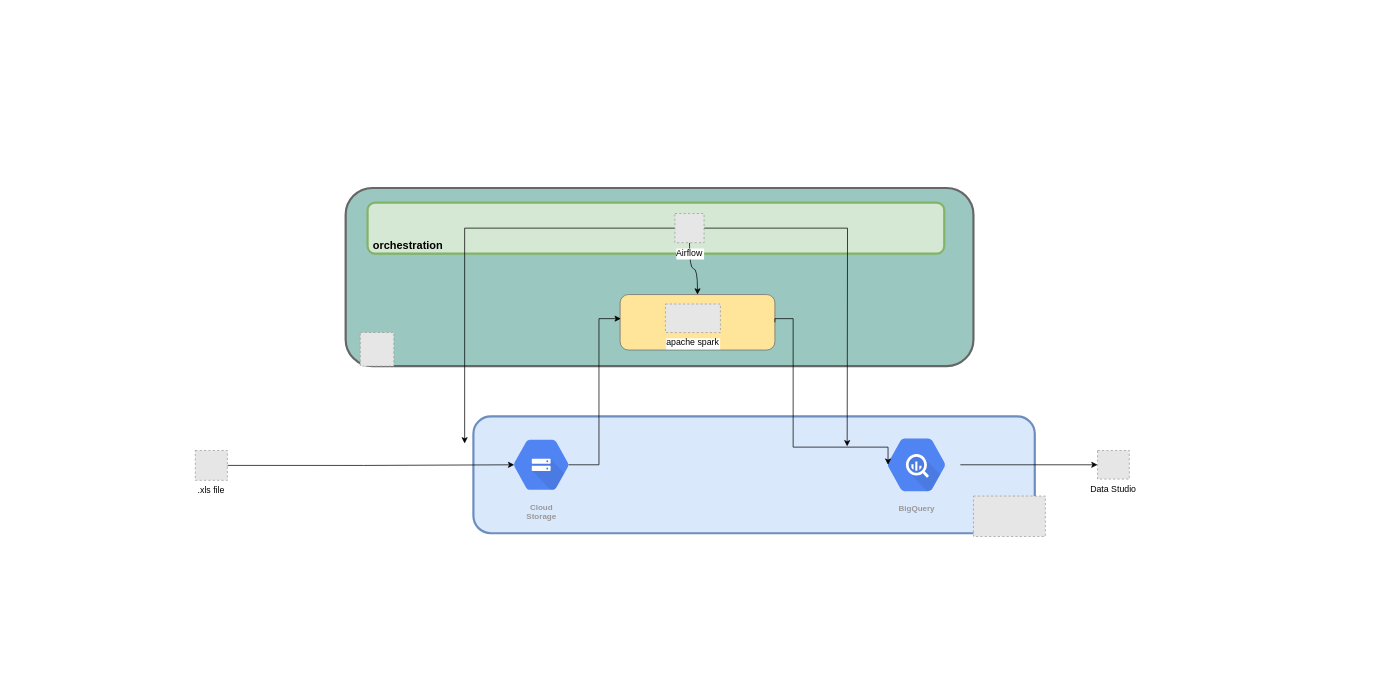
The draw.io diagram Untitled Diagram.drawio in skibooj/WSE-ETL, before the edit. Source tidied: cells renumbered, new cells numbered last; positions are measured from the earlier drawing's top-left corner, leaving out a move shared by most shapes. Both pictures are drawn from the tidied source at 73%, with x=0, y=0 at pixel (195, 188). Pictures stored in the file or linked from it are replaced by grey dashed boxes.
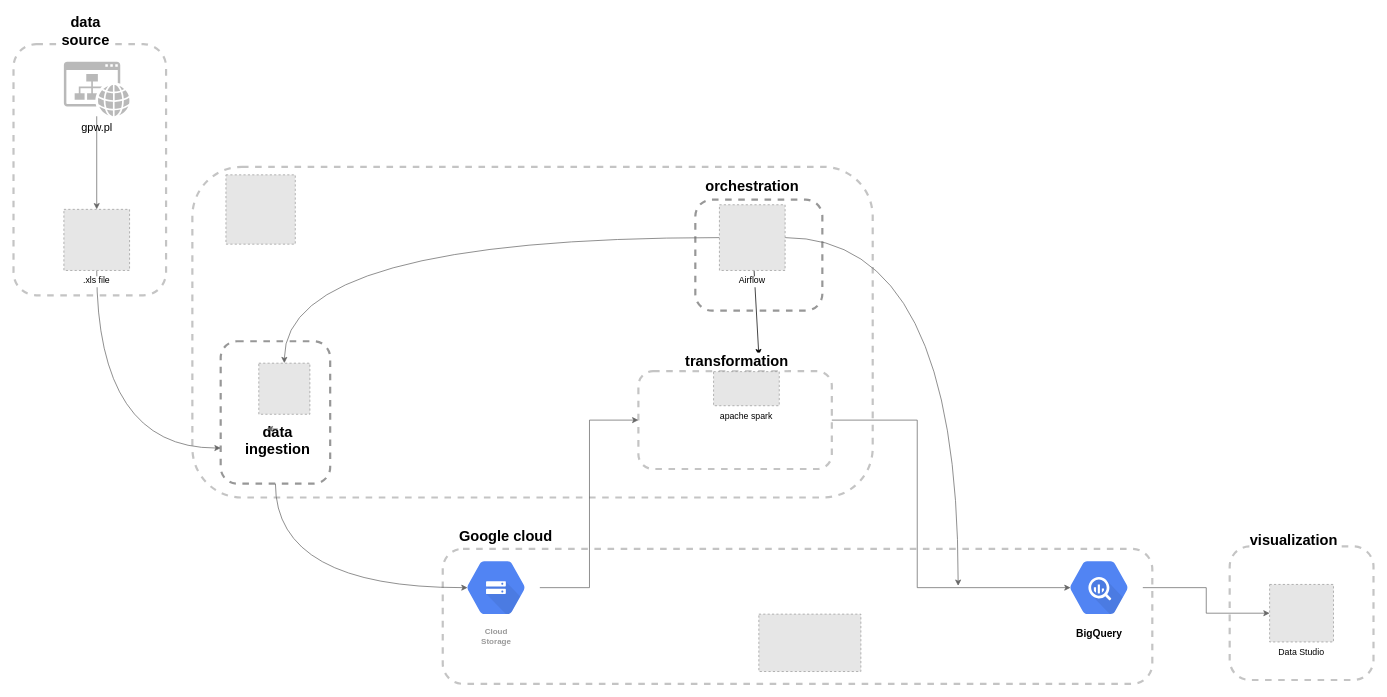
After the change.

What changed in the source:
```diff
@@
-    <mxCell id="2" style="rounded=1;whiteSpace=wrap;html=1;labelBackgroundColor=none;labelBorderColor=none;fontFamily=Helvetica;fontColor=none;strokeColor=#666666;fillColor=#9AC7BF;strokeWidth=3;" parent="1" vertex="1">
-      <mxGeometry x="206" width="860" height="244" as="geometry" />
-    </mxCell>
-    <mxCell id="3" style="rounded=1;whiteSpace=wrap;html=1;labelBackgroundColor=none;labelBorderColor=none;fontFamily=Helvetica;fontSize=15;fontColor=none;strokeColor=#6B6B6B;fillColor=#FFE599;glass=0;shadow=0;sketch=0;" parent="1" vertex="1">
-      <mxGeometry x="582" y="146" width="212" height="76" as="geometry" />
-    </mxCell>
-    <mxCell id="4" style="rounded=1;whiteSpace=wrap;html=1;labelBackgroundColor=none;labelBorderColor=none;fontFamily=Helvetica;strokeColor=#6c8ebf;fillColor=#dae8fc;strokeWidth=3;" parent="1" vertex="1">
-      <mxGeometry x="381" y="313" width="769" height="160" as="geometry" />
-    </mxCell>
-    <mxCell id="5" style="rounded=1;whiteSpace=wrap;html=1;labelBackgroundColor=none;labelBorderColor=none;fontFamily=Helvetica;strokeColor=#82b366;fillColor=#d5e8d4;strokeWidth=3;" parent="1" vertex="1">
-      <mxGeometry x="236" y="20" width="790" height="70" as="geometry" />
-    </mxCell>
-    <mxCell id="6" style="edgeStyle=orthogonalEdgeStyle;rounded=0;jettySize=auto;html=1;exitX=1;exitY=0.5;exitDx=0;exitDy=0;entryX=0.175;entryY=0.5;entryDx=0;entryDy=0;entryPerimeter=0;fontFamily=Helvetica;fontSize=15;fontColor=none;" parent="1" edge="1" source="7" target="11">
-      <mxGeometry relative="1" as="geometry" />
-    </mxCell>
+    <mxCell id="22" style="rounded=1;whiteSpace=wrap;html=1;shadow=0;glass=0;dashed=1;labelBackgroundColor=default;labelBorderColor=none;sketch=0;fontFamily=Helvetica;fontSize=20;fontColor=none;strokeColor=#6B6B6B;strokeWidth=3;fillColor=none;opacity=40;" parent="1" vertex="1">
+      <mxGeometry x="1417" y="491" width="197" height="183" as="geometry" />
+    </mxCell>
+    <mxCell id="23" style="rounded=1;whiteSpace=wrap;html=1;shadow=0;glass=0;labelBackgroundColor=none;labelBorderColor=none;sketch=0;fontFamily=Helvetica;fontSize=15;fontColor=none;strokeColor=#6B6B6B;strokeWidth=3;fillColor=none;opacity=40;dashed=1;" parent="1" vertex="1">
+      <mxGeometry x="-4" y="-29" width="932" height="453" as="geometry" />
+    </mxCell>
+    <mxCell id="24" style="edgeStyle=orthogonalEdgeStyle;rounded=0;sketch=0;jettySize=auto;html=1;entryX=0.175;entryY=0.5;entryDx=0;entryDy=0;entryPerimeter=0;shadow=0;fontFamily=Helvetica;fontSize=20;fontColor=none;strokeColor=#666666;strokeWidth=1;curved=1;" parent="1" edge="1" source="25" target="11">
+      <mxGeometry relative="1" as="geometry">
+        <Array as="points">
+          <mxPoint x="110" y="548" />
+        </Array>
+      </mxGeometry>
+    </mxCell>
+    <mxCell id="25" style="rounded=1;whiteSpace=wrap;html=1;shadow=0;glass=0;dashed=1;labelBackgroundColor=default;labelBorderColor=none;sketch=0;fontFamily=Helvetica;fontSize=20;fontColor=none;strokeColor=#6B6B6B;strokeWidth=3;fillColor=none;opacity=70;" parent="1" vertex="1">
+      <mxGeometry x="34.8" y="210" width="150" height="195" as="geometry" />
+    </mxCell>
+    <mxCell id="26" style="rounded=1;whiteSpace=wrap;html=1;shadow=0;glass=0;labelBackgroundColor=none;labelBorderColor=none;sketch=0;fontFamily=Helvetica;fontSize=15;fontColor=none;strokeColor=#6B6B6B;strokeWidth=3;fillColor=none;opacity=40;dashed=1;" parent="1" vertex="1">
+      <mxGeometry x="607" y="251" width="265" height="134" as="geometry" />
+    </mxCell>
+    <mxCell id="27" style="rounded=1;whiteSpace=wrap;html=1;shadow=0;glass=0;dashed=1;labelBackgroundColor=none;labelBorderColor=none;sketch=0;fontFamily=Helvetica;fontSize=15;fontColor=none;strokeColor=#6B6B6B;strokeWidth=3;fillColor=none;opacity=40;" parent="1" vertex="1">
+      <mxGeometry x="-249" y="-197" width="209" height="344" as="geometry" />
+    </mxCell>
+    <mxCell id="28" style="rounded=1;whiteSpace=wrap;html=1;shadow=0;glass=0;labelBackgroundColor=none;labelBorderColor=none;sketch=0;fontFamily=Helvetica;fontSize=15;fontColor=none;strokeColor=#6B6B6B;strokeWidth=3;fillColor=none;opacity=40;dashed=1;" parent="1" vertex="1">
+      <mxGeometry x="339" y="494.3" width="972" height="185" as="geometry" />
+    </mxCell>
+    <mxCell id="29" style="edgeStyle=orthogonalEdgeStyle;rounded=0;sketch=0;jettySize=auto;html=1;entryX=0;entryY=0.75;entryDx=0;entryDy=0;shadow=0;fontFamily=Helvetica;fontSize=20;fontColor=none;strokeColor=#666666;strokeWidth=1;curved=1;" parent="1" edge="1" source="7" target="25">
+      <mxGeometry relative="1" as="geometry">
+        <Array as="points">
+          <mxPoint x="-135" y="356" />
+        </Array>
+      </mxGeometry>
+    </mxCell>
     <mxCell id="7" value=".xls file " style="fillColor=#E6E6E6;strokeColor=#999999;dashed=1;verticalLabelPosition=bottom;labelBackgroundColor=default;verticalAlign=top;" parent="1" vertex="1">
-      <mxGeometry y="359.6" width="44" height="40.9" as="geometry" />
+      <mxGeometry x="-180" y="29.3" width="90" height="83.7" as="geometry" />
     </mxCell>
-    <mxCell id="8" style="edgeStyle=orthogonalEdgeStyle;rounded=0;jettySize=auto;html=1;" parent="1" edge="1" source="9" target="12">
+    <mxCell id="8" style="edgeStyle=orthogonalEdgeStyle;rounded=0;jettySize=auto;html=1;strokeColor=#666666;" parent="1" edge="1" source="9" target="12">
       <mxGeometry relative="1" as="geometry" />
     </mxCell>
-    <mxCell id="9" value="BigQuery" style="sketch=0;html=1;fillColor=#5184F3;strokeColor=none;verticalAlign=top;labelPosition=center;verticalLabelPosition=bottom;align=center;spacingTop=-6;fontSize=11;fontStyle=1;fontColor=#999999;shape=mxgraph.gcp2.hexIcon;prIcon=bigquery;" parent="1" vertex="1">
-      <mxGeometry x="928" y="326" width="120" height="106.4" as="geometry" />
+    <mxCell id="9" value="BigQuery" style="sketch=0;html=1;fillColor=#5184F3;strokeColor=none;verticalAlign=top;labelPosition=center;verticalLabelPosition=bottom;align=center;spacingTop=-6;fontSize=14;fontStyle=1;fontColor=#000000;shape=mxgraph.gcp2.hexIcon;prIcon=bigquery;" parent="1" vertex="1">
+      <mxGeometry x="1178" y="494.3" width="120" height="106.4" as="geometry" />
     </mxCell>
-    <mxCell id="10" style="edgeStyle=orthogonalEdgeStyle;rounded=0;jettySize=auto;html=1;exitX=0.825;exitY=0.5;exitDx=0;exitDy=0;exitPerimeter=0;fontFamily=Helvetica;fontColor=none;" parent="1" edge="1" source="11">
-      <mxGeometry relative="1" as="geometry">
-        <mxPoint x="583" y="179" as="targetPoint" />
-        <Array as="points">
-          <mxPoint x="553" y="179" />
-        </Array>
-      </mxGeometry>
-    </mxCell>
+    <mxCell id="30" style="edgeStyle=elbowEdgeStyle;rounded=0;sketch=0;jettySize=auto;html=1;entryX=0;entryY=0.5;entryDx=0;entryDy=0;shadow=0;fontFamily=Helvetica;fontSize=20;fontColor=none;strokeColor=#666666;strokeWidth=1;" parent="1" edge="1" source="11" target="26">
+      <mxGeometry relative="1" as="geometry" />
+    </mxCell>
-    <mxCell id="11" value="Cloud&#10;Storage" style="sketch=0;html=1;fillColor=#5184F3;strokeColor=none;verticalAlign=top;labelPosition=center;verticalLabelPosition=bottom;align=center;spacingTop=-6;fontSize=11;fontStyle=1;fontColor=#999999;shape=mxgraph.gcp2.hexIcon;prIcon=cloud_storage;" parent="1" vertex="1">
-      <mxGeometry x="417" y="328.7" width="114" height="101" as="geometry" />
+    <mxCell id="11" value="&lt;b&gt;Cloud&lt;br&gt;Storage&lt;/b&gt;" style="sketch=0;html=1;fillColor=#5184F3;strokeColor=none;verticalAlign=top;labelPosition=center;verticalLabelPosition=bottom;align=center;spacingTop=-6;fontSize=11;fontStyle=1;fontColor=#999999;shape=mxgraph.gcp2.hexIcon;prIcon=cloud_storage;" parent="1" vertex="1">
+      <mxGeometry x="352" y="494.3" width="120" height="106.4" as="geometry" />
     </mxCell>
     <mxCell id="12" value="Data Studio" style="fillColor=#E6E6E6;strokeColor=#999999;dashed=1;verticalLabelPosition=bottom;labelBackgroundColor=#ffffff;verticalAlign=top;fontFamily=Helvetica;" parent="1" vertex="1">
-      <mxGeometry x="1236" y="359.6" width="43.5" height="39.2" as="geometry" />
+      <mxGeometry x="1471.7" y="543.1" width="87.5" height="78.8" as="geometry" />
     </mxCell>
-    <mxCell id="13" style="edgeStyle=orthogonalEdgeStyle;rounded=0;jettySize=auto;html=1;fontFamily=Helvetica;fontSize=15;fontColor=none;exitX=0;exitY=0.5;exitDx=0;exitDy=0;strokeWidth=1;sketch=0;" parent="1" edge="1" source="16">
-      <mxGeometry relative="1" as="geometry">
-        <mxPoint x="369" y="350" as="targetPoint" />
-        <Array as="points">
-          <mxPoint x="369" y="55" />
-        </Array>
-      </mxGeometry>
-    </mxCell>
-    <mxCell id="14" style="edgeStyle=orthogonalEdgeStyle;rounded=0;jettySize=auto;html=1;fontFamily=Helvetica;fontSize=15;fontColor=none;" parent="1" edge="1" source="16">
-      <mxGeometry relative="1" as="geometry">
-        <mxPoint x="893" y="354" as="targetPoint" />
-      </mxGeometry>
-    </mxCell>
-    <mxCell id="15" style="edgeStyle=orthogonalEdgeStyle;curved=1;rounded=0;jettySize=auto;html=1;fontFamily=Helvetica;fontSize=15;fontColor=none;strokeWidth=1;" parent="1" edge="1" source="16" target="3">
-      <mxGeometry relative="1" as="geometry" />
-    </mxCell>
+    <mxCell id="31" style="rounded=0;jettySize=auto;html=1;fontFamily=Helvetica;fontSize=15;fontColor=none;strokeWidth=1;entryX=1;entryY=0.25;entryDx=0;entryDy=0;" parent="1" edge="1" source="16" target="42">
+      <mxGeometry relative="1" as="geometry" />
+    </mxCell>
+    <mxCell id="32" style="edgeStyle=orthogonalEdgeStyle;rounded=0;sketch=0;jettySize=auto;html=1;shadow=0;fontFamily=Helvetica;fontSize=15;fontColor=none;strokeColor=#666666;strokeWidth=1;elbow=vertical;curved=1;entryX=0.5;entryY=0;entryDx=0;entryDy=0;" parent="1" edge="1" source="16" target="36">
+      <mxGeometry relative="1" as="geometry" />
+    </mxCell>
+    <mxCell id="33" style="edgeStyle=orthogonalEdgeStyle;curved=1;rounded=0;sketch=0;jettySize=auto;html=1;shadow=0;fontFamily=Helvetica;fontSize=15;fontColor=none;strokeColor=#666666;strokeWidth=1;elbow=vertical;" parent="1" edge="1" source="16">
+      <mxGeometry relative="1" as="geometry">
+        <mxPoint x="1045" y="545" as="targetPoint" />
+      </mxGeometry>
+    </mxCell>
     <mxCell id="16" value="Airflow" style="fillColor=#E6E6E6;strokeColor=#999999;dashed=1;verticalLabelPosition=bottom;labelBackgroundColor=default;verticalAlign=top;" parent="1" vertex="1">
-      <mxGeometry x="657" y="35" width="40" height="40" as="geometry" />
+      <mxGeometry x="718" y="23" width="90" height="90" as="geometry" />
     </mxCell>
-    <mxCell id="17" style="edgeStyle=orthogonalEdgeStyle;rounded=0;jettySize=auto;html=1;entryX=0.175;entryY=0.5;entryDx=0;entryDy=0;entryPerimeter=0;fontFamily=Helvetica;fontColor=none;exitX=1;exitY=0.5;exitDx=0;exitDy=0;" parent="1" edge="1" source="3" target="9">
-      <mxGeometry relative="1" as="geometry">
-        <Array as="points">
-          <mxPoint x="794" y="179" />
-          <mxPoint x="819" y="179" />
-          <mxPoint x="819" y="355" />
-        </Array>
-      </mxGeometry>
-    </mxCell>
+    <mxCell id="34" style="edgeStyle=elbowEdgeStyle;rounded=0;jettySize=auto;html=1;entryX=0.175;entryY=0.5;entryDx=0;entryDy=0;entryPerimeter=0;fontFamily=Helvetica;fontColor=none;exitX=1;exitY=0.5;exitDx=0;exitDy=0;strokeColor=#666666;" parent="1" edge="1" source="26" target="9">
+      <mxGeometry relative="1" as="geometry">
+        <Array as="points">
+          <mxPoint x="989" y="457" />
+        </Array>
+      </mxGeometry>
+    </mxCell>
     <mxCell id="18" value="apache spark" style="fillColor=#E6E6E6;strokeColor=#999999;dashed=1;verticalLabelPosition=bottom;labelBackgroundColor=default;verticalAlign=top;" parent="1" vertex="1">
-      <mxGeometry x="644" y="159" width="75.4" height="39.1" as="geometry" />
+      <mxGeometry x="710" y="251.6" width="90" height="46.7" as="geometry" />
     </mxCell>
-    <mxCell id="19" style="fillColor=#E6E6E6;strokeColor=#999999;dashed=1;verticalLabelPosition=bottom;labelBackgroundColor=default;verticalAlign=top;" parent="1" vertex="1">
-      <mxGeometry x="1066" y="422" width="98.5" height="55.4" as="geometry" />
-    </mxCell>
+    <mxCell id="35" style="fillColor=#E6E6E6;strokeColor=#999999;dashed=1;verticalLabelPosition=bottom;labelBackgroundColor=default;verticalAlign=top;" parent="1" vertex="1">
+      <mxGeometry x="772" y="583.8" width="139.8" height="78.6" as="geometry" />
+    </mxCell>
+    <mxCell id="36" style="fillColor=#E6E6E6;strokeColor=#999999;dashed=1;verticalLabelPosition=bottom;labelBackgroundColor=default;verticalAlign=top;" parent="1" vertex="1">
+      <mxGeometry x="87" y="240" width="70" height="70" as="geometry" />
+    </mxCell>
+    <mxCell id="37" style="rounded=0;sketch=0;jettySize=auto;html=1;shadow=0;fontFamily=Helvetica;fontSize=15;fontColor=none;strokeColor=#666666;strokeWidth=1;elbow=vertical;" parent="1" edge="1" source="38" target="7">
+      <mxGeometry relative="1" as="geometry" />
+    </mxCell>
+    <mxCell id="38" value="gpw.pl" style="sketch=0;shadow=0;dashed=0;html=1;strokeColor=none;fillColor=#505050;labelPosition=center;verticalLabelPosition=bottom;verticalAlign=top;outlineConnect=0;align=center;shape=mxgraph.office.concepts.website;rounded=1;glass=0;labelBackgroundColor=none;labelBorderColor=none;fontFamily=Helvetica;fontSize=15;fontColor=none;opacity=40;" parent="1" vertex="1">
+      <mxGeometry x="-180" y="-173" width="90" height="74.8" as="geometry" />
+    </mxCell>
+    <mxCell id="39" style="fillColor=#E6E6E6;strokeColor=#999999;dashed=1;html=1;verticalAlign=top;verticalLabelPosition=bottom;labelBackgroundColor=#ffffff;fontFamily=Helvetica;fontSize=15;fontColor=none;" parent="1" vertex="1">
+      <mxGeometry x="42" y="-18" width="95" height="95" as="geometry" />
+    </mxCell>
+    <mxCell id="40" value="visualization" style="text;html=1;strokeColor=none;fillColor=none;align=center;verticalAlign=middle;whiteSpace=wrap;rounded=0;shadow=0;glass=0;dashed=1;labelBackgroundColor=default;labelBorderColor=none;sketch=0;fontFamily=Helvetica;fontSize=20;fontColor=none;opacity=40;fontStyle=1;" parent="1" vertex="1">
+      <mxGeometry x="1475" y="467" width="60" height="30" as="geometry" />
+    </mxCell>
+    <mxCell id="41" value="&lt;div&gt;data source&lt;br&gt;&lt;/div&gt;" style="text;html=1;strokeColor=none;fillColor=none;align=center;verticalAlign=middle;whiteSpace=wrap;rounded=0;shadow=0;glass=0;dashed=1;labelBackgroundColor=default;labelBorderColor=none;sketch=0;fontFamily=Helvetica;fontSize=20;fontColor=none;opacity=40;fontStyle=1;" parent="1" vertex="1">
+      <mxGeometry x="-180" y="-231" width="60" height="30" as="geometry" />
+    </mxCell>
-    <mxCell id="20" value="orchestration" style="text;html=1;align=center;verticalAlign=middle;fillColor=none;strokeColor=none;rounded=0;labelBackgroundColor=none;labelBorderColor=none;fontFamily=Helvetica;fontColor=none;fontSize=15;fontStyle=1;" parent="1" vertex="1">
-      <mxGeometry x="236" y="68" width="110" height="20" as="geometry" />
+    <mxCell id="20" value="orchestration" style="text;html=1;strokeColor=none;fillColor=none;align=center;verticalAlign=middle;whiteSpace=wrap;rounded=0;shadow=0;glass=0;dashed=1;labelBackgroundColor=default;labelBorderColor=none;sketch=0;fontFamily=Helvetica;fontSize=20;fontColor=none;opacity=40;fontStyle=1;" parent="1" vertex="1">
+      <mxGeometry x="733" y="-18" width="60" height="30" as="geometry" />
     </mxCell>
-    <mxCell id="21" style="fillColor=#E6E6E6;strokeColor=#999999;dashed=1;html=1;verticalAlign=top;verticalLabelPosition=bottom;labelBackgroundColor=#ffffff;fontFamily=Helvetica;fontColor=none;" parent="1" vertex="1">
-      <mxGeometry x="226" y="198" width="46" height="46" as="geometry" />
-    </mxCell>
+    <mxCell id="42" value="transformation" style="text;html=1;strokeColor=none;fillColor=none;align=center;verticalAlign=middle;whiteSpace=wrap;rounded=0;shadow=0;glass=0;dashed=1;labelBackgroundColor=default;labelBorderColor=none;sketch=0;fontFamily=Helvetica;fontSize=20;fontColor=none;opacity=40;fontStyle=1;" parent="1" vertex="1">
+      <mxGeometry x="712" y="221.6" width="60" height="30" as="geometry" />
+    </mxCell>
+    <mxCell id="43" value="data ingestion" style="text;html=1;strokeColor=none;fillColor=none;align=center;verticalAlign=middle;whiteSpace=wrap;rounded=0;shadow=0;glass=0;dashed=1;labelBackgroundColor=default;labelBorderColor=none;sketch=0;fontFamily=Helvetica;fontSize=20;fontColor=none;opacity=40;fontStyle=1;" parent="1" vertex="1">
+      <mxGeometry x="83" y="330" width="60" height="30" as="geometry" />
+    </mxCell>
+    <mxCell id="44" style="edgeStyle=elbowEdgeStyle;rounded=0;sketch=0;orthogonalLoop=1;jettySize=auto;html=1;exitX=0.5;exitY=0;exitDx=0;exitDy=0;entryX=0.25;entryY=0;entryDx=0;entryDy=0;shadow=0;fontFamily=Helvetica;fontSize=20;fontColor=none;strokeColor=#666666;strokeWidth=1;" parent="1" edge="1" source="43" target="43">
+      <mxGeometry relative="1" as="geometry" />
+    </mxCell>
+    <mxCell id="45" style="rounded=1;whiteSpace=wrap;html=1;shadow=0;glass=0;dashed=1;labelBackgroundColor=default;labelBorderColor=none;sketch=0;fontFamily=Helvetica;fontSize=20;fontColor=none;strokeColor=#6B6B6B;strokeWidth=3;fillColor=none;opacity=70;" parent="1" vertex="1">
+      <mxGeometry x="685" y="16" width="174" height="152" as="geometry" />
+    </mxCell>
+    <mxCell id="46" value="Google cloud" style="text;html=1;strokeColor=none;fillColor=none;align=center;verticalAlign=middle;whiteSpace=wrap;rounded=0;shadow=0;glass=0;dashed=1;labelBackgroundColor=default;labelBorderColor=none;sketch=0;fontFamily=Helvetica;fontSize=20;fontColor=none;opacity=40;fontStyle=1;" parent="1" vertex="1">
+      <mxGeometry x="345" y="461" width="161" height="30" as="geometry" />
+    </mxCell>
```
